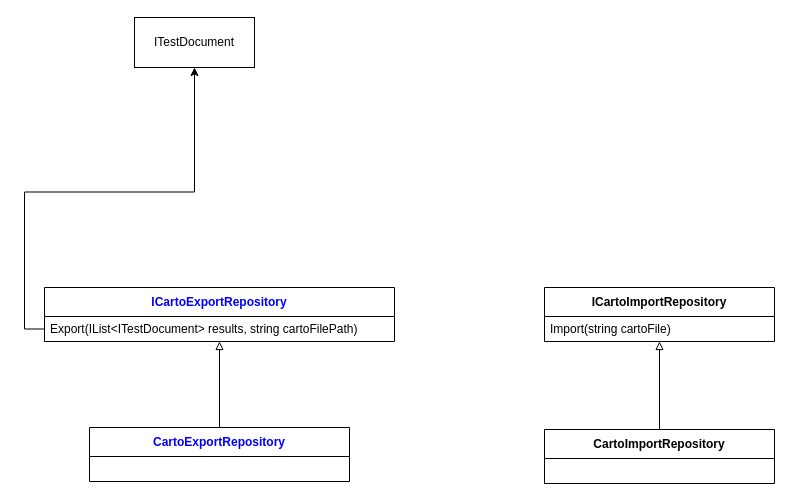
This is Temp/Untitled Diagram.drawio from AmolSJawalkar/DrawIO, a draw.io file, before an edit. Source tidied: cells renumbered, new cells numbered last; positions are measured from the earlier drawing's top-left corner, leaving out a move shared by most shapes. Both pictures are drawn from the tidied source at 100%, with x=0, y=0 at pixel (44, 17).
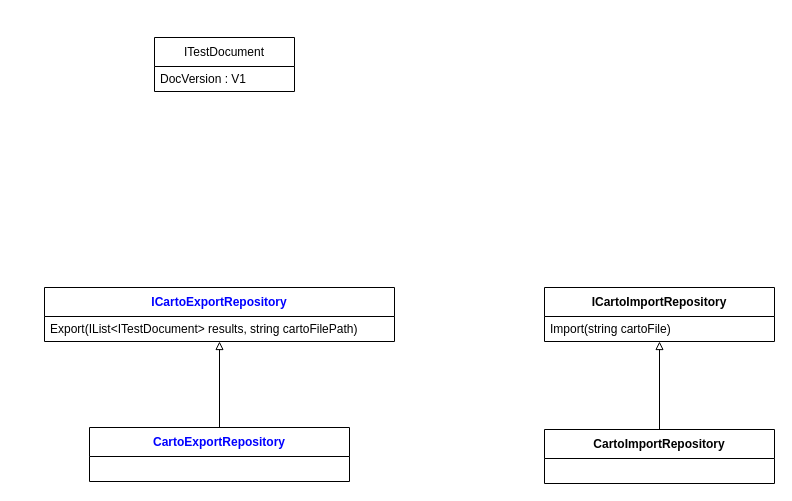
Above is the later version.

What changed in the source:
```diff
@@
 <mxGraphModel>
   <root>
     <mxCell id="0" />
     <mxCell id="1" parent="0" />
-    <mxCell id="2" value="ITestDocument" style="html=1;whiteSpace=wrap;" parent="1" vertex="1">
-      <mxGeometry x="90" width="120" height="50" as="geometry" />
-    </mxCell>
     <mxCell id="3" value="&lt;pre style=&quot;font-family: &amp;quot;Cascadia Mono&amp;quot;; font-size: 9pt;&quot;&gt;&lt;span style=&quot;color:#0000ff&quot;&gt;ICartoExportRepository&lt;/span&gt;&lt;/pre&gt;" style="swimlane;fontStyle=1;align=center;verticalAlign=middle;horizontal=1;startSize=29;html=1;whiteSpace=wrap;" parent="1" vertex="1">
       <mxGeometry y="270" width="350" height="54" as="geometry" />
     </mxCell>
     <mxCell id="4" value="Export(IList&amp;lt;ITestDocument&amp;gt; results, string cartoFilePath)" style="text;html=1;strokeColor=none;fillColor=none;align=left;verticalAlign=middle;spacingLeft=4;spacingRight=4;overflow=hidden;points=[[0,0.5],[1,0.5]];portConstraint=eastwest;whiteSpace=wrap;" parent="3" vertex="1">
       <mxGeometry y="29" width="350" height="25" as="geometry" />
     </mxCell>
     <mxCell id="5" style="edgeStyle=orthogonalEdgeStyle;rounded=0;jettySize=auto;html=1;endArrow=block;endFill=0;" parent="1" edge="1" source="6" target="3">
       <mxGeometry relative="1" as="geometry" />
     </mxCell>
     <mxCell id="6" value="&lt;pre style=&quot;font-size: 9pt; font-family: &amp;quot;Cascadia Mono&amp;quot;;&quot;&gt;&lt;span style=&quot;color: rgb(0, 0, 255);&quot;&gt;CartoExportRepository&lt;/span&gt;&lt;/pre&gt;" style="swimlane;fontStyle=1;align=center;verticalAlign=middle;horizontal=1;startSize=29;html=1;whiteSpace=wrap;" parent="1" vertex="1">
       <mxGeometry x="45" y="410" width="260" height="54" as="geometry" />
     </mxCell>
-    <mxCell id="7" style="edgeStyle=orthogonalEdgeStyle;rounded=0;jettySize=auto;html=1;" parent="1" edge="1" source="4" target="2">
-      <mxGeometry relative="1" as="geometry" />
-    </mxCell>
     <mxCell id="8" value="ICartoImportRepository" style="swimlane;fontStyle=1;align=center;verticalAlign=middle;horizontal=1;startSize=29;html=1;whiteSpace=wrap;" parent="1" vertex="1">
       <mxGeometry x="500" y="270" width="230" height="54" as="geometry" />
     </mxCell>
     <mxCell id="9" value="Import(string cartoFile)" style="text;html=1;strokeColor=none;fillColor=none;align=left;verticalAlign=middle;spacingLeft=4;spacingRight=4;overflow=hidden;whiteSpace=wrap;" parent="8" vertex="1">
       <mxGeometry y="29" width="230" height="25" as="geometry" />
     </mxCell>
     <mxCell id="10" style="edgeStyle=orthogonalEdgeStyle;rounded=0;jettySize=auto;html=1;endArrow=block;endFill=0;" parent="1" edge="1" source="11" target="8">
       <mxGeometry relative="1" as="geometry" />
     </mxCell>
     <mxCell id="11" value="CartoImportRepository" style="swimlane;fontStyle=1;align=center;verticalAlign=middle;horizontal=1;startSize=29;html=1;whiteSpace=wrap;" parent="1" vertex="1">
       <mxGeometry x="500" y="412" width="230" height="54" as="geometry" />
     </mxCell>
+    <mxCell id="2" value="&lt;span style=&quot;font-weight: 400;&quot;&gt;ITestDocument&lt;/span&gt;" style="swimlane;fontStyle=1;align=center;verticalAlign=middle;horizontal=1;startSize=29;html=1;whiteSpace=wrap;" parent="1" vertex="1">
+      <mxGeometry x="110" y="20" width="140" height="54" as="geometry" />
+    </mxCell>
+    <mxCell id="12" value="DocVersion : V1" style="text;html=1;strokeColor=none;fillColor=none;align=left;verticalAlign=middle;spacingLeft=4;spacingRight=4;overflow=hidden;whiteSpace=wrap;" parent="2" vertex="1">
+      <mxGeometry y="29" width="140" height="25" as="geometry" />
+    </mxCell>
   </root>
 </mxGraphModel>
```
